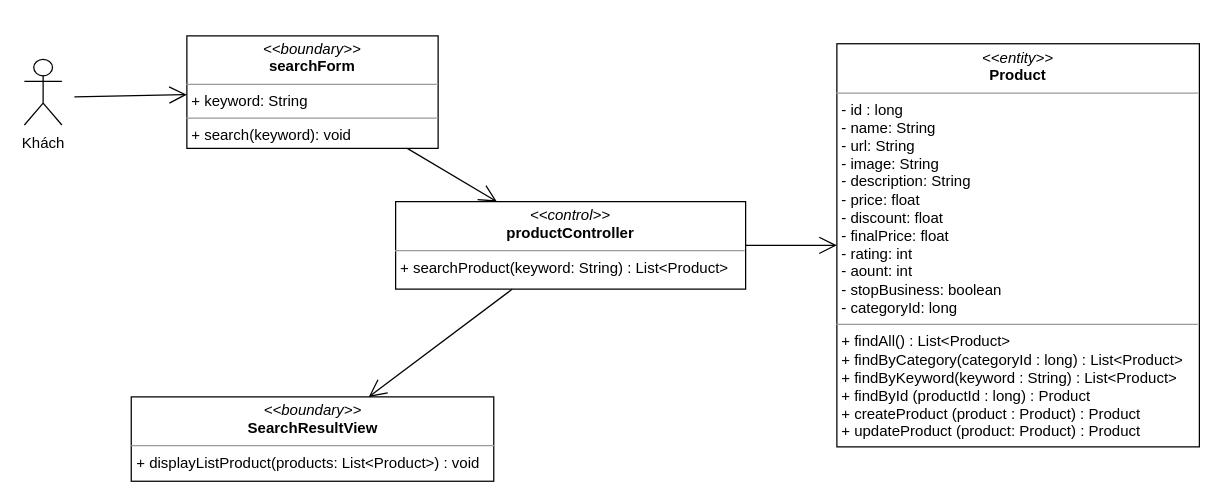
This is class diagram/search-product-class-diagram.drawio from nguyenphamvan/datn_20202, a draw.io file, before an edit. Source tidied: cells renumbered, new cells numbered last; positions are measured from the earlier drawing's top-left corner, leaving out a move shared by most shapes. Both pictures are drawn from the tidied source at 125%, with x=0, y=0 at pixel (24, 35).
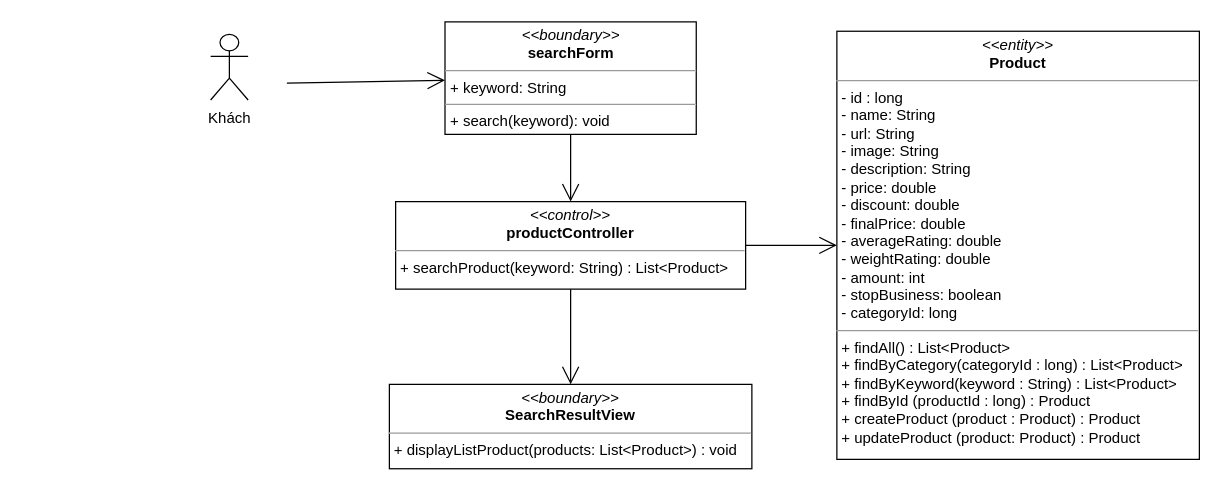
Above is the later version.

Change to the diagram source:
```diff
@@
 <mxGraphModel>
   <root>
     <mxCell id="0" />
     <mxCell id="1" parent="0" />
     <mxCell id="2" value="&lt;p style=&quot;margin: 0px ; margin-top: 4px ; text-align: center&quot;&gt;&lt;i&gt;&amp;lt;&amp;lt;boundary&amp;gt;&amp;gt;&lt;/i&gt;&lt;br&gt;&lt;b&gt;SearchResultView&lt;/b&gt;&lt;/p&gt;&lt;hr size=&quot;1&quot;&gt;&lt;p style=&quot;margin: 0px ; margin-left: 4px&quot;&gt;&lt;span&gt;+ displayListProduct(products: List&amp;lt;Product&amp;gt;) : void&lt;/span&gt;&lt;br&gt;&lt;/p&gt;" style="verticalAlign=top;align=left;overflow=fill;fontSize=12;fontFamily=Helvetica;html=1;" parent="1" vertex="1">
-      <mxGeometry x="85.5" y="289" width="290" height="67.5" as="geometry" />
+      <mxGeometry x="292" y="279" width="290" height="67.5" as="geometry" />
     </mxCell>
     <mxCell id="3" value="&lt;p style=&quot;margin: 0px ; margin-top: 4px ; text-align: center&quot;&gt;&lt;i&gt;&amp;lt;&amp;lt;boundary&amp;gt;&amp;gt;&lt;/i&gt;&lt;br&gt;&lt;b&gt;searchForm&lt;/b&gt;&lt;/p&gt;&lt;hr size=&quot;1&quot;&gt;&lt;p style=&quot;margin: 0px ; margin-left: 4px&quot;&gt;+ keyword: String&lt;/p&gt;&lt;hr size=&quot;1&quot;&gt;&lt;p style=&quot;margin: 0px ; margin-left: 4px&quot;&gt;+ search(keyword): void&lt;/p&gt;" style="verticalAlign=top;align=left;overflow=fill;fontSize=12;fontFamily=Helvetica;html=1;" parent="1" vertex="1">
-      <mxGeometry x="130" y="0.2" width="201" height="90" as="geometry" />
+      <mxGeometry x="336.5" y="-11" width="201" height="90" as="geometry" />
     </mxCell>
     <mxCell id="4" value="&lt;p style=&quot;margin: 0px ; margin-top: 4px ; text-align: center&quot;&gt;&lt;i&gt;&amp;lt;&amp;lt;control&amp;gt;&amp;gt;&lt;/i&gt;&lt;br&gt;&lt;b&gt;productController&lt;/b&gt;&lt;/p&gt;&lt;hr size=&quot;1&quot;&gt;&lt;p style=&quot;margin: 0px ; margin-left: 4px&quot;&gt;&lt;span&gt;+ searchProduct(keyword: String) : List&amp;lt;Product&amp;gt;&lt;/span&gt;&lt;br&gt;&lt;/p&gt;" style="verticalAlign=top;align=left;overflow=fill;fontSize=12;fontFamily=Helvetica;html=1;" parent="1" vertex="1">
       <mxGeometry x="297" y="132.8" width="280" height="70" as="geometry" />
     </mxCell>
-    <mxCell id="5" value="&lt;p style=&quot;margin: 0px ; margin-top: 4px ; text-align: center&quot;&gt;&lt;i&gt;&amp;lt;&amp;lt;entity&amp;gt;&amp;gt;&lt;/i&gt;&lt;br&gt;&lt;b&gt;Product&lt;/b&gt;&lt;/p&gt;&lt;hr size=&quot;1&quot;&gt;&lt;p style=&quot;margin: 0px ; margin-left: 4px&quot;&gt;- id : long&lt;/p&gt;&lt;p style=&quot;margin: 0px ; margin-left: 4px&quot;&gt;- name: String&lt;br&gt;- url: String&lt;/p&gt;&lt;p style=&quot;margin: 0px ; margin-left: 4px&quot;&gt;- image: String&lt;/p&gt;&lt;p style=&quot;margin: 0px ; margin-left: 4px&quot;&gt;- description: String&lt;/p&gt;&lt;p style=&quot;margin: 0px ; margin-left: 4px&quot;&gt;- price: float&lt;/p&gt;&lt;p style=&quot;margin: 0px ; margin-left: 4px&quot;&gt;- discount: float&lt;/p&gt;&lt;p style=&quot;margin: 0px ; margin-left: 4px&quot;&gt;- finalPrice: float&lt;/p&gt;&lt;p style=&quot;margin: 0px ; margin-left: 4px&quot;&gt;- rating: int&lt;/p&gt;&lt;p style=&quot;margin: 0px ; margin-left: 4px&quot;&gt;- aount: int&lt;/p&gt;&lt;p style=&quot;margin: 0px ; margin-left: 4px&quot;&gt;- stopBusiness: boolean&lt;/p&gt;&lt;p style=&quot;margin: 0px ; margin-left: 4px&quot;&gt;- categoryId: long&lt;/p&gt;&lt;hr size=&quot;1&quot;&gt;&lt;p style=&quot;margin: 0px 0px 0px 4px&quot;&gt;+ findAll() : List&amp;lt;Product&amp;gt;&lt;/p&gt;&lt;p style=&quot;margin: 0px 0px 0px 4px&quot;&gt;+ findByCategory(categoryId : long) : List&amp;lt;Product&amp;gt;&lt;/p&gt;&lt;p style=&quot;margin: 0px 0px 0px 4px&quot;&gt;+ findByKeyword(keyword : String) : List&amp;lt;Product&amp;gt;&lt;/p&gt;&lt;p style=&quot;margin: 0px 0px 0px 4px&quot;&gt;+ findById (productId : long) : Product&lt;/p&gt;&lt;p style=&quot;margin: 0px 0px 0px 4px&quot;&gt;+ createProduct (product : Product) : Product&lt;/p&gt;&lt;p style=&quot;margin: 0px 0px 0px 4px&quot;&gt;+ updateProduct (product: Product) : Product&lt;/p&gt;" style="verticalAlign=top;align=left;overflow=fill;fontSize=12;fontFamily=Helvetica;html=1;" parent="1" vertex="1">
-      <mxGeometry x="650" y="6.5" width="290" height="322.5" as="geometry" />
+    <mxCell id="5" value="&lt;p style=&quot;margin: 0px ; margin-top: 4px ; text-align: center&quot;&gt;&lt;i&gt;&amp;lt;&amp;lt;entity&amp;gt;&amp;gt;&lt;/i&gt;&lt;br&gt;&lt;b&gt;Product&lt;/b&gt;&lt;/p&gt;&lt;hr size=&quot;1&quot;&gt;&lt;p style=&quot;margin: 0px 0px 0px 4px&quot;&gt;- id : long&lt;/p&gt;&lt;p style=&quot;margin: 0px 0px 0px 4px&quot;&gt;- name: String&lt;br&gt;- url: String&lt;/p&gt;&lt;p style=&quot;margin: 0px 0px 0px 4px&quot;&gt;- image: String&lt;/p&gt;&lt;p style=&quot;margin: 0px 0px 0px 4px&quot;&gt;- description: String&lt;/p&gt;&lt;p style=&quot;margin: 0px 0px 0px 4px&quot;&gt;- price: double&lt;/p&gt;&lt;p style=&quot;margin: 0px 0px 0px 4px&quot;&gt;- discount: double&lt;/p&gt;&lt;p style=&quot;margin: 0px 0px 0px 4px&quot;&gt;- finalPrice: double&lt;/p&gt;&lt;p style=&quot;margin: 0px 0px 0px 4px&quot;&gt;- averageRating: double&lt;/p&gt;&lt;p style=&quot;margin: 0px 0px 0px 4px&quot;&gt;- weightRating: double&lt;/p&gt;&lt;p style=&quot;margin: 0px 0px 0px 4px&quot;&gt;- amount: int&lt;/p&gt;&lt;p style=&quot;margin: 0px 0px 0px 4px&quot;&gt;- stopBusiness: boolean&lt;/p&gt;&lt;p style=&quot;margin: 0px 0px 0px 4px&quot;&gt;- categoryId: long&lt;/p&gt;&lt;hr size=&quot;1&quot;&gt;&lt;p style=&quot;margin: 0px 0px 0px 4px&quot;&gt;+ findAll() : List&amp;lt;Product&amp;gt;&lt;/p&gt;&lt;p style=&quot;margin: 0px 0px 0px 4px&quot;&gt;+ findByCategory(categoryId : long) : List&amp;lt;Product&amp;gt;&lt;/p&gt;&lt;p style=&quot;margin: 0px 0px 0px 4px&quot;&gt;+ findByKeyword(keyword : String) : List&amp;lt;Product&amp;gt;&lt;/p&gt;&lt;p style=&quot;margin: 0px 0px 0px 4px&quot;&gt;+ findById (productId : long) : Product&lt;/p&gt;&lt;p style=&quot;margin: 0px 0px 0px 4px&quot;&gt;+ createProduct (product : Product) : Product&lt;/p&gt;&lt;p style=&quot;margin: 0px 0px 0px 4px&quot;&gt;+ updateProduct (product: Product) : Product&lt;/p&gt;" style="verticalAlign=top;align=left;overflow=fill;fontSize=12;fontFamily=Helvetica;html=1;" parent="1" vertex="1">
+      <mxGeometry x="650" y="-3.5" width="290" height="342.5" as="geometry" />
     </mxCell>
     <mxCell id="6" style="endArrow=open;endFill=1;endSize=12;html=1;" parent="1" edge="1" source="3" target="4">
       <mxGeometry relative="1" as="geometry" />
     </mxCell>
     <mxCell id="7" style="endArrow=open;endFill=1;endSize=12;html=1;" parent="1" edge="1" source="4" target="5">
       <mxGeometry relative="1" as="geometry" />
     </mxCell>
     <mxCell id="8" style="endArrow=open;endFill=1;endSize=12;html=1;" parent="1" edge="1" source="4" target="2">
       <mxGeometry relative="1" as="geometry" />
     </mxCell>
     <mxCell id="9" value="Khách&lt;br&gt;" style="shape=umlActor;verticalLabelPosition=bottom;verticalAlign=top;html=1;" parent="1" vertex="1">
-      <mxGeometry y="19" width="30" height="52.5" as="geometry" />
+      <mxGeometry x="149" y="-1" width="30" height="52.5" as="geometry" />
     </mxCell>
     <mxCell id="10" style="endArrow=open;endFill=1;endSize=12;html=1;" parent="1" edge="1" target="3">
       <mxGeometry relative="1" as="geometry">
-        <mxPoint x="40" y="49" as="sourcePoint" />
+        <mxPoint x="210" y="38" as="sourcePoint" />
       </mxGeometry>
     </mxCell>
   </root>
 </mxGraphModel>
```
